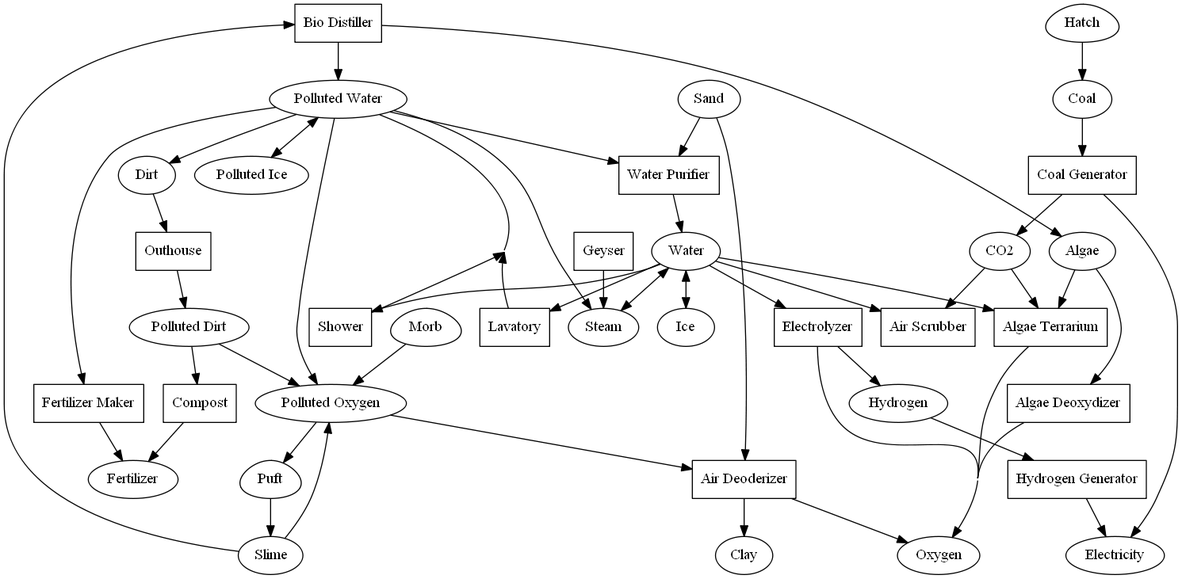
The Graphviz diagram oni.png in dtandersen/oxygen-not-included-graphviz, before a commit. Its source is kept beside it as oni.gv.
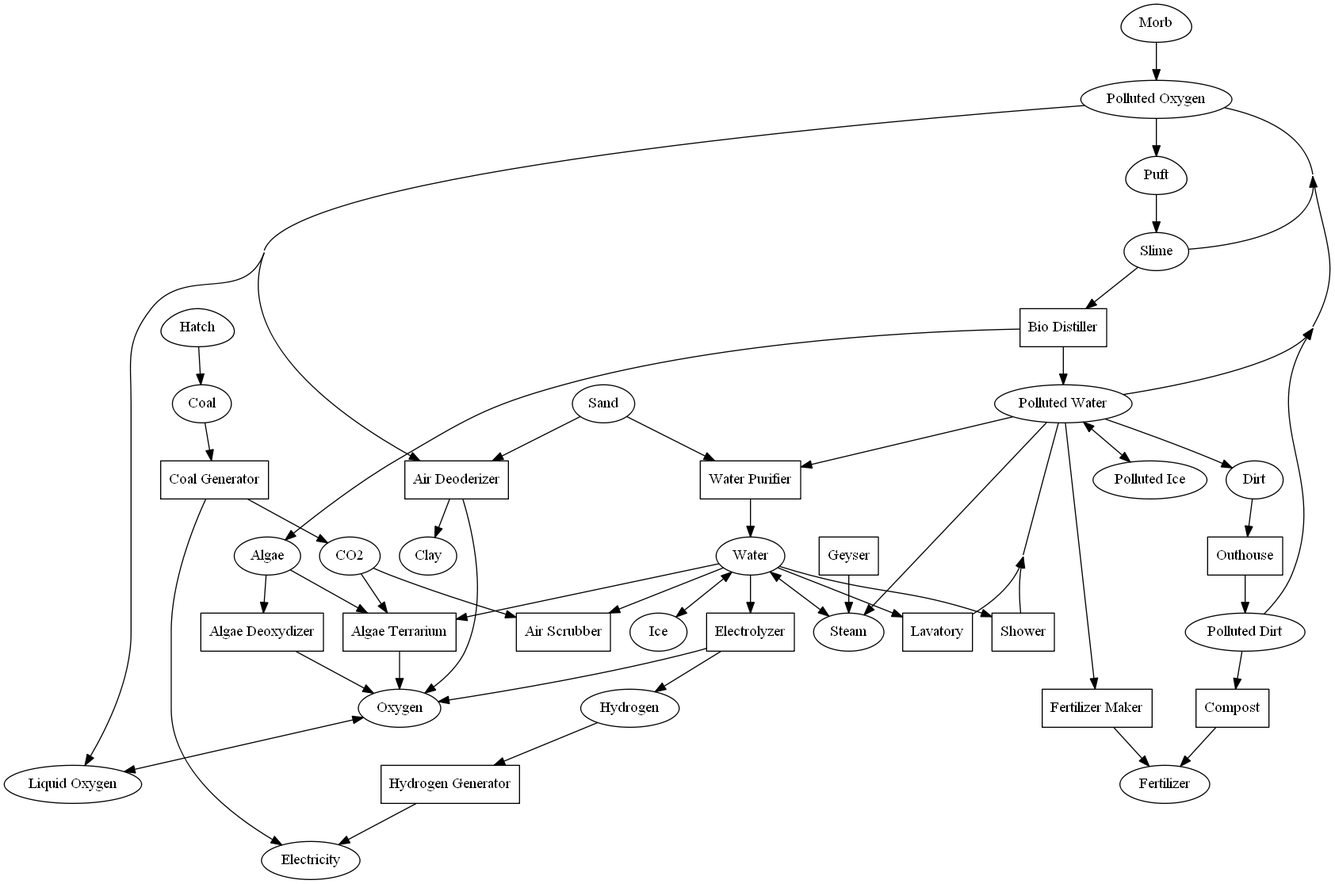
The same diagram one commit later.

Commit message:
added liquid oxygen

Change to the diagram source:
```diff
@@ -1,4 +1,7 @@
 strict digraph G {
+	overlap=false;
+	splines=true;
+
 	graph [concentrate=true]
 
 	"Algae Deoxydizer" [shape=box];
@@ -76,6 +79,11 @@
 	"Geyser" [shape=box];
 	"Geyser" -> "Steam";
 
+	"Polluted Oxygen" -> "Liquid Oxygen";
+	"Oxygen" -> "Liquid Oxygen";
+
+	"Liquid Oxygen" -> "Oxygen";
+
 	"Steam" -> "Water";
 
 	"Water" -> "Ice";
```
